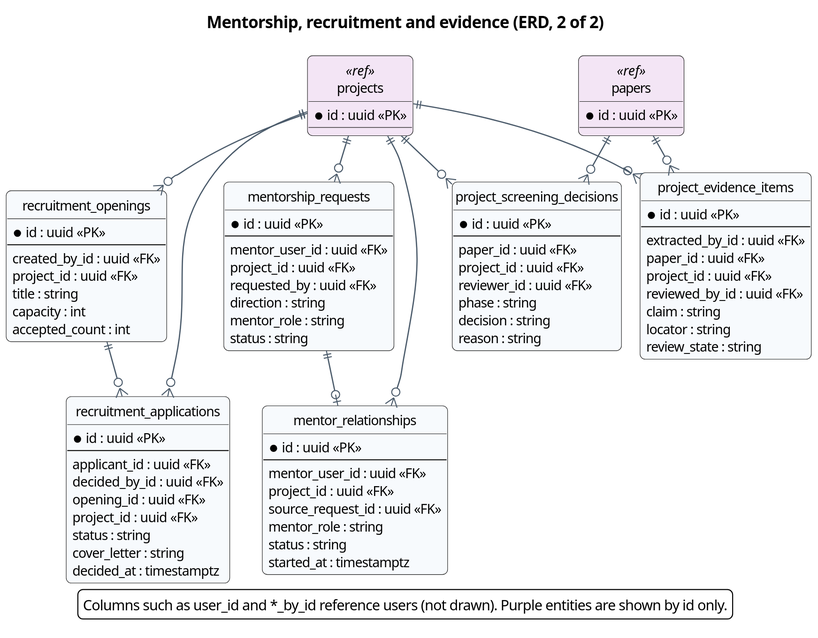
Before: docs/diagrams/report4/R4_ERD_projects_b.svg, a diagram exported from PlantUML (Khoa-Hoa-Technology-Solution-Company/lumi-gap).
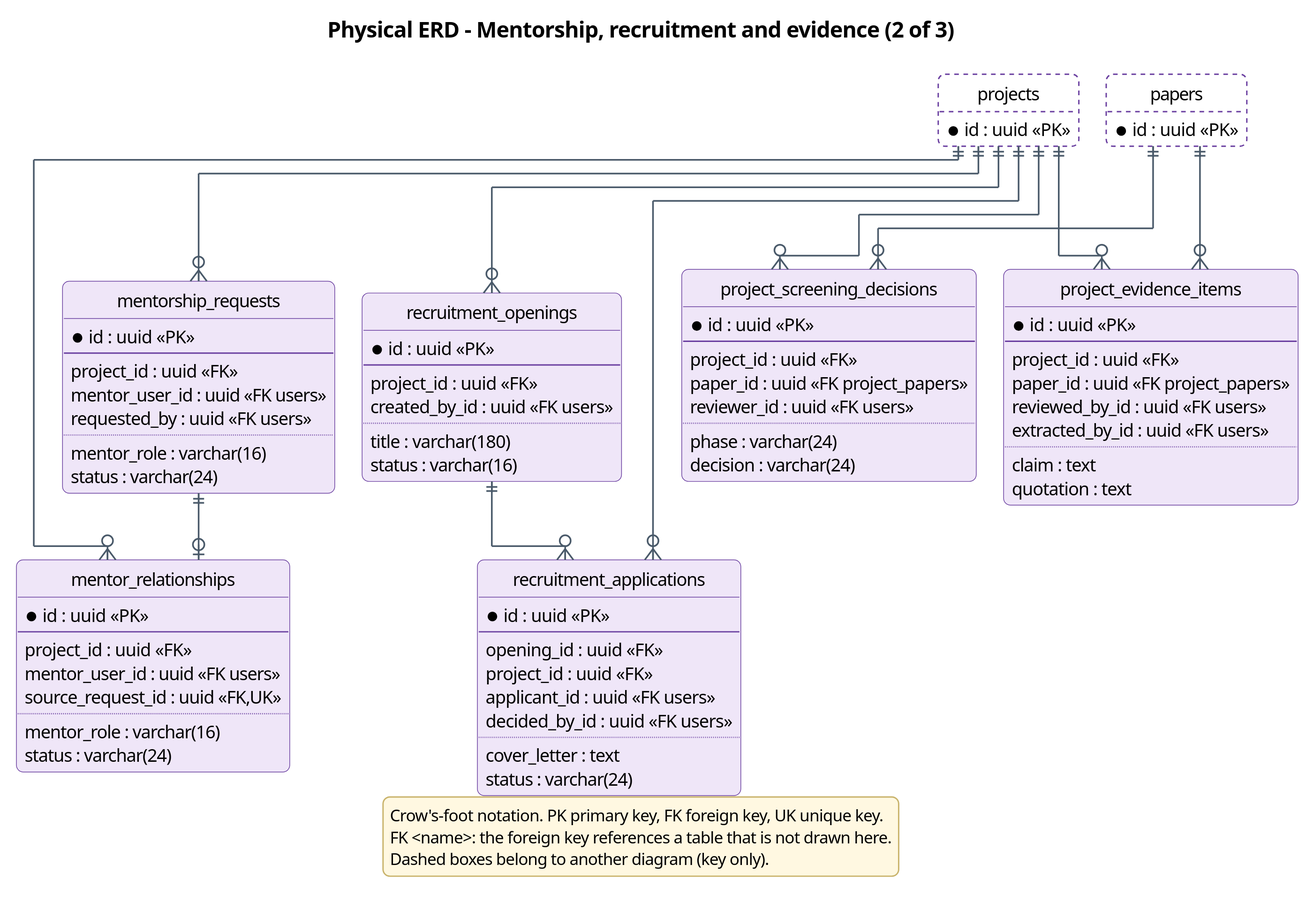
After the commit.

The edit, as a diff of the source:
```diff
@@ -1,92 +1,95 @@
 @startuml
-!pragma layout smetana
-skinparam dpi 150
+!pragma layout elk
+skinparam dpi 200
 skinparam defaultFontName "Segoe UI"
 skinparam defaultFontSize 13
 skinparam shadowing false
 skinparam roundCorner 10
+skinparam backgroundColor #FFFFFF
 skinparam ArrowColor #4A5A6A
 skinparam ArrowThickness 1.2
-skinparam BorderColor #2F6DB5
-skinparam BackgroundColor #FFFFFF
+skinparam ArrowFontSize 12
+skinparam ArrowFontColor #4A5A6A
 skinparam TitleFontSize 16
 skinparam TitleFontStyle bold
 skinparam entity {
-  BackgroundColor #F7FAFD
-  BorderColor #2F6DB5
+  BackgroundColor #EFE6F8
+  BorderColor #6A3FA0
 }
-skinparam entity<<ref>> {
-  BackgroundColor #F3E5F5
-  BorderColor #7B1FA2
+skinparam legend {
+  BackgroundColor #FFF8E1
+  BorderColor #C9B36B
+  FontSize 12
 }
-skinparam linetype ortho
+skinparam stereotypeFontSize 10
 hide circle
-title Mentorship, recruitment and evidence (ERD, 2 of 2)
-entity mentorship_requests #F7FAFD {
+hide empty methods
+title Physical ERD - Mentorship, recruitment and evidence (2 of 3)
+entity mentorship_requests #EFE6F8;line:6A3FA0 {
   * id : uuid <<PK>>
   --
-  mentor_user_id : uuid <<FK>>
   project_id : uuid <<FK>>
-  requested_by : uuid <<FK>>
-  direction : string
-  mentor_role : string
-  status : string
+  mentor_user_id : uuid <<FK users>>
+  requested_by : uuid <<FK users>>
+  ..
+  mentor_role : varchar(16)
+  status : varchar(24)
 }
-entity mentor_relationships #F7FAFD {
+entity mentor_relationships #EFE6F8;line:6A3FA0 {
   * id : uuid <<PK>>
   --
-  mentor_user_id : uuid <<FK>>
   project_id : uuid <<FK>>
-  source_request_id : uuid <<FK>>
-  mentor_role : string
-  status : string
-  started_at : timestamptz
+  mentor_user_id : uuid <<FK users>>
+  source_request_id : uuid <<FK,UK>>
+  ..
+  mentor_role : varchar(16)
+  status : varchar(24)
 }
-entity recruitment_openings #F7FAFD {
+entity recruitment_openings #EFE6F8;line:6A3FA0 {
   * id : uuid <<PK>>
   --
-  created_by_id : uuid <<FK>>
   project_id : uuid <<FK>>
-  title : string
-  capacity : int
-  accepted_count : int
+  created_by_id : uuid <<FK users>>
+  ..
+  title : varchar(180)
+  status : varchar(16)
 }
-entity recruitment_applications #F7FAFD {
+entity recruitment_applications #EFE6F8;line:6A3FA0 {
   * id : uuid <<PK>>
   --
-  applicant_id : uuid <<FK>>
-  decided_by_id : uuid <<FK>>
   opening_id : uuid <<FK>>
   project_id : uuid <<FK>>
-  status : string
-  cover_letter : string
-  decided_at : timestamptz
+  applicant_id : uuid <<FK users>>
+  decided_by_id : uuid <<FK users>>
+  ..
+  cover_letter : text
+  status : varchar(24)
 }
-entity project_screening_decisions #F7FAFD {
+entity project_screening_decisions #EFE6F8;line:6A3FA0 {
   * id : uuid <<PK>>
   --
-  paper_id : uuid <<FK>>
   project_id : uuid <<FK>>
-  reviewer_id : uuid <<FK>>
-  phase : string
-  decision : string
-  reason : string
+  paper_id : uuid <<FK project_papers>>
+  reviewer_id : uuid <<FK users>>
+  ..
+  phase : varchar(24)
+  decision : varchar(24)
 }
-entity project_evidence_items #F7FAFD {
+entity project_evidence_items #EFE6F8;line:6A3FA0 {
   * id : uuid <<PK>>
   --
-  extracted_by_id : uuid <<FK>>
-  paper_id : uuid <<FK>>
   project_id : uuid <<FK>>
-  reviewed_by_id : uuid <<FK>>
-  claim : string
-  locator : string
-  review_state : string
+  paper_id : uuid <<FK project_papers>>
+  reviewed_by_id : uuid <<FK users>>
+  extracted_by_id : uuid <<FK users>>
+  ..
+  claim : text
+  quotation : text
 }
-entity projects <<ref>> #F3E5F5 {
+entity projects #FFFFFF;line:6A3FA0;line.dashed {
   * id : uuid <<PK>>
 }
-entity papers <<ref>> #F3E5F5 {
+entity papers #FFFFFF;line:6A3FA0;line.dashed {
   * id : uuid <<PK>>
 }
 mentorship_requests ||--o| mentor_relationships
@@ -100,6 +103,8 @@
 projects ||--o{ recruitment_openings
 recruitment_openings ||--o{ recruitment_applications
 legend bottom
-Columns such as user_id and *_by_id reference users (not drawn). Purple entities are shown by id only.
+Crow's-foot notation. PK primary key, FK foreign key, UK unique key.
+FK <name>: the foreign key references a table that is not drawn here.
+Dashed boxes belong to another diagram (key only).
 endlegend
 @enduml
```
